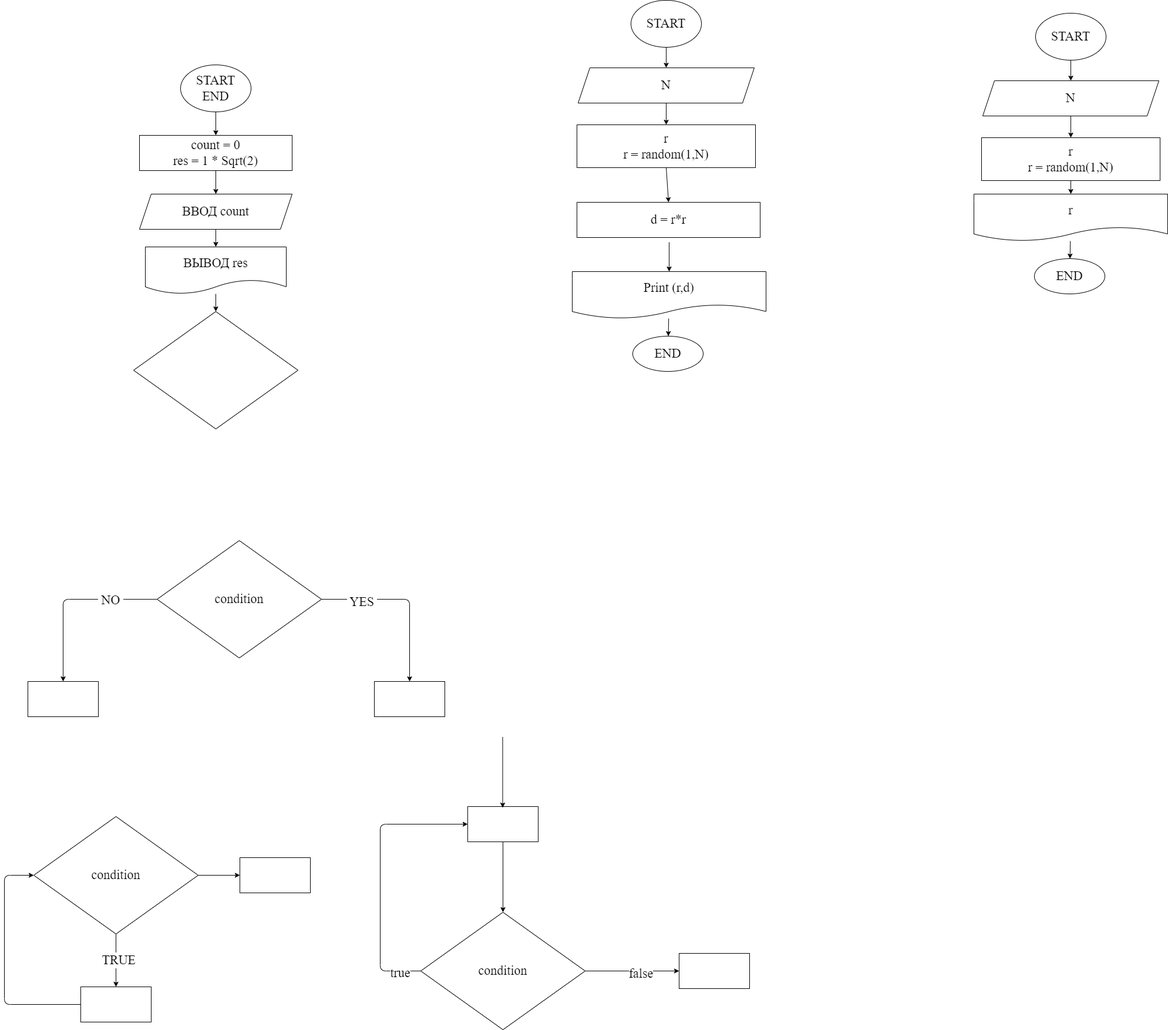
Earlier version of the draw.io export ex000.drawio.png (iksergey/practice_temp). Source tidied: cells renumbered, new cells last; positions are measured from the earlier drawing's top-left corner, leaving out a move shared by most shapes.
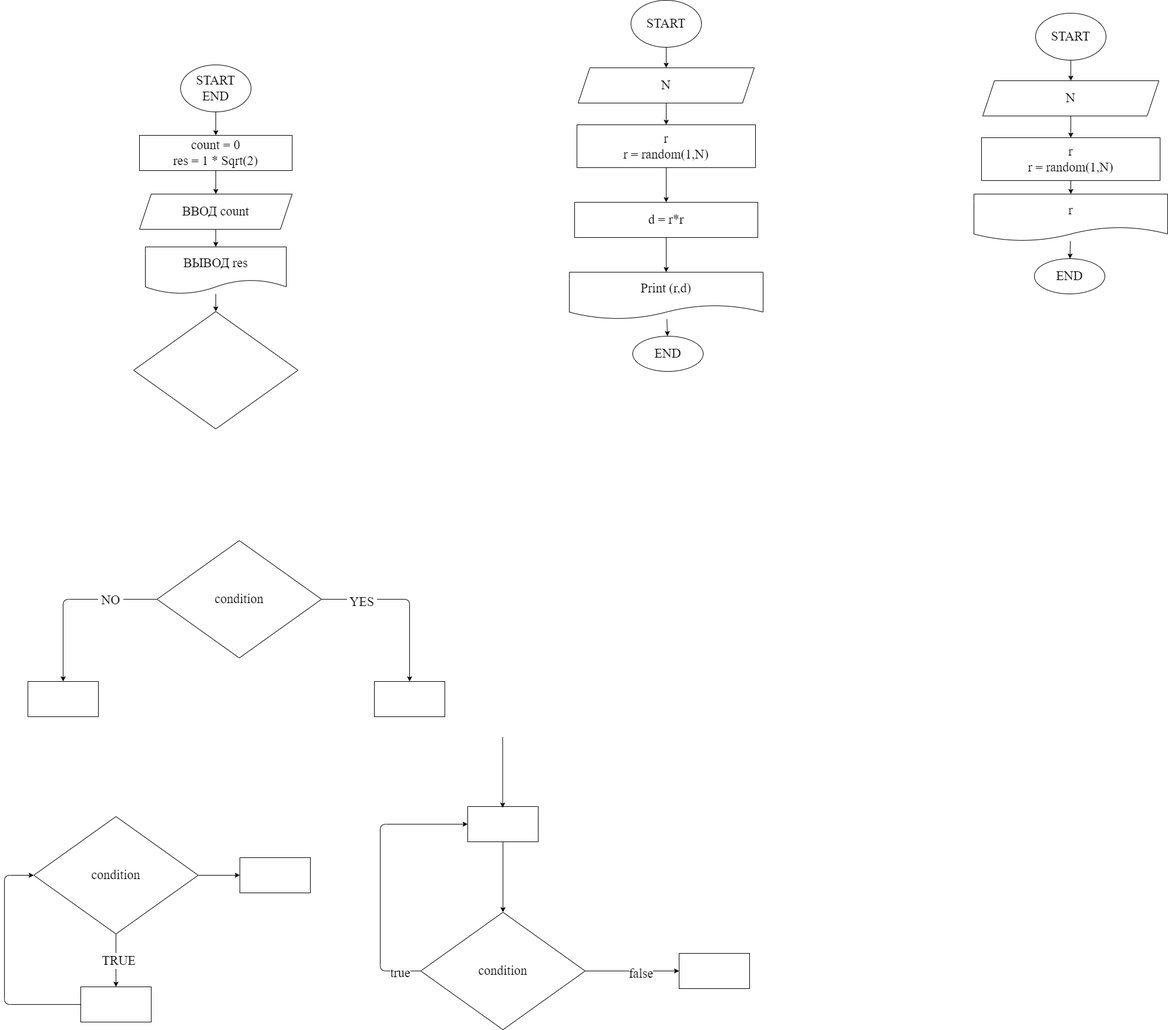
Later version of the same file.

Change to the diagram source:
```diff
@@ -158,11 +158,6 @@
     <mxCell id="46" value="N" style="shape=parallelogram;perimeter=parallelogramPerimeter;whiteSpace=wrap;html=1;fixedSize=1;fontSize=22;fontFamily=Fira Code;" parent="1" vertex="1">
       <mxGeometry x="977" y="115" width="300" height="60" as="geometry" />
     </mxCell>
-    <mxCell id="47" style="edgeStyle=none;html=1;fontFamily=Fira Code;fontSize=22;" parent="1" edge="1" target="50">
-      <mxGeometry relative="1" as="geometry">
-        <mxPoint x="1132" y="412" as="sourcePoint" />
-      </mxGeometry>
-    </mxCell>
     <mxCell id="48" value="r&lt;br&gt;r = random(1,N)" style="whiteSpace=wrap;html=1;fontSize=22;fontFamily=Fira Code;" parent="1" vertex="1">
       <mxGeometry x="975" y="212" width="304" height="73" as="geometry" />
     </mxCell>
@@ -170,16 +165,19 @@
       <mxGeometry relative="1" as="geometry" />
     </mxCell>
     <mxCell id="50" value="Print (r,d)" style="shape=document;whiteSpace=wrap;html=1;boundedLbl=1;fontSize=22;fontFamily=Fira Code;" parent="1" vertex="1">
-      <mxGeometry x="967" y="462" width="330" height="80" as="geometry" />
+      <mxGeometry x="962" y="463" width="330" height="80" as="geometry" />
     </mxCell>
     <mxCell id="51" value="END" style="ellipse;whiteSpace=wrap;html=1;fontSize=22;fontFamily=Fira Code;" parent="1" vertex="1">
       <mxGeometry x="1070" y="572" width="120" height="60" as="geometry" />
     </mxCell>
     <mxCell id="52" value="d = r*r" style="rounded=0;whiteSpace=wrap;html=1;fontFamily=Times New Roman;fontSize=22;" parent="1" vertex="1">
-      <mxGeometry x="975" y="344" width="312" height="60" as="geometry" />
+      <mxGeometry x="971" y="344" width="312" height="60" as="geometry" />
     </mxCell>
     <mxCell id="53" style="endArrow=classic;html=1;fontFamily=Times New Roman;fontSize=22;exitX=0.5;exitY=1;exitDx=0;exitDy=0;entryX=0.5;entryY=0;entryDx=0;entryDy=0;" parent="1" edge="1" source="48" target="52">
       <mxGeometry relative="1" as="geometry" />
     </mxCell>
+    <mxCell id="54" style="endArrow=classic;html=1;exitX=0.5;exitY=1;exitDx=0;exitDy=0;entryX=0.5;entryY=0;entryDx=0;entryDy=0;" parent="1" edge="1" source="52" target="50">
+      <mxGeometry relative="1" as="geometry" />
+    </mxCell>
   </root>
 </mxGraphModel>
```
